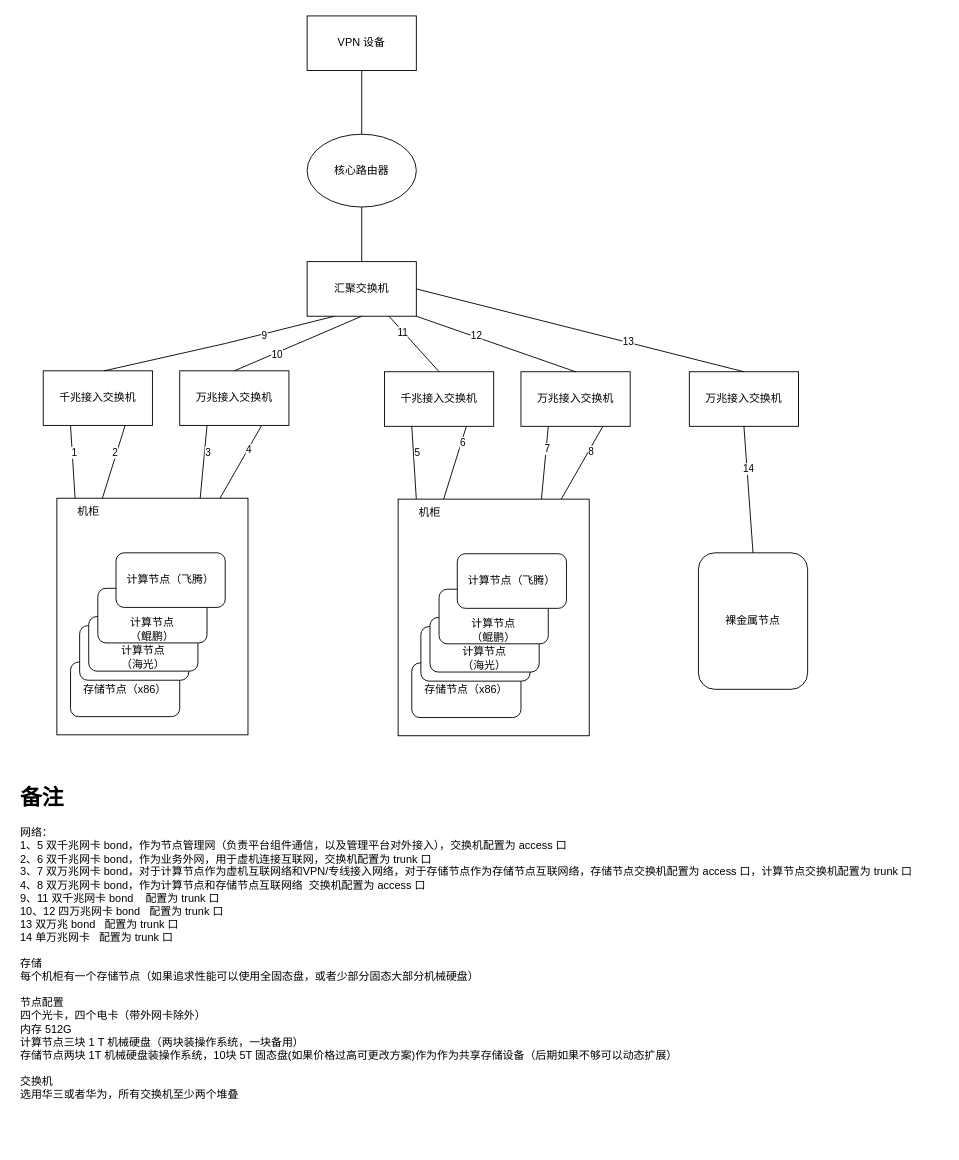
Earlier version of the draw.io diagram Untitled Diagram.drawio (jeffyjf/drawio). Source tidied: cells renumbered, new cells numbered last; positions are measured from the earlier drawing's top-left corner, leaving out a move shared by most shapes. Both pictures are drawn from the tidied source at 91%, with x=0, y=0 at pixel (15, 15).
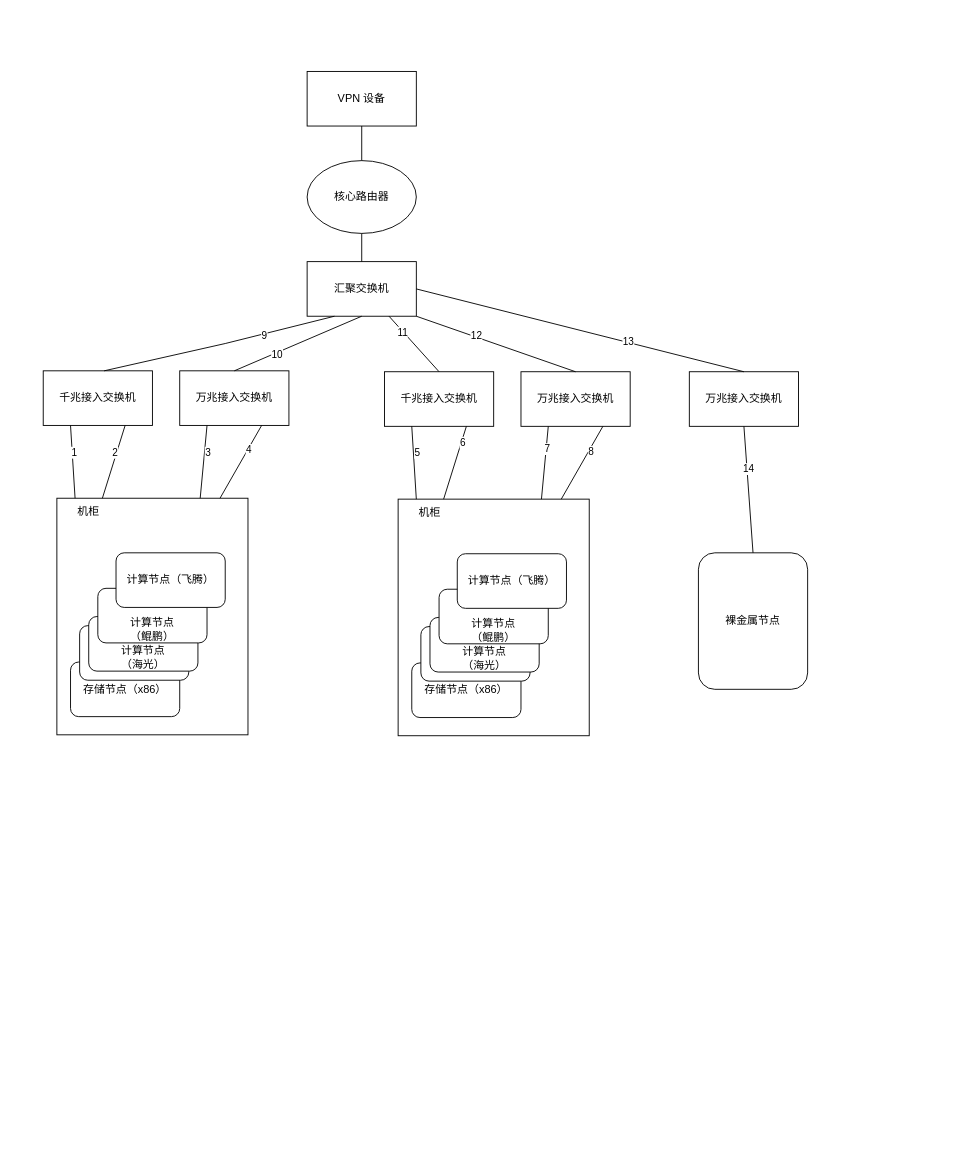
The same diagram, later.

Change to the diagram source:
```diff
@@
     <mxCell id="14" value="核心路由器" style="ellipse;whiteSpace=wrap;html=1;" parent="1" vertex="1">
-      <mxGeometry x="320" y="130" width="120" height="80" as="geometry" />
+      <mxGeometry x="320" y="159" width="120" height="80" as="geometry" />
     </mxCell>
     <mxCell id="15" value="VPN 设备" style="rounded=0;whiteSpace=wrap;html=1;" parent="1" vertex="1">
-      <mxGeometry x="320" width="120" height="60" as="geometry" />
+      <mxGeometry x="320" y="61" width="120" height="60" as="geometry" />
     </mxCell>
@@
-    <mxCell id="53" value="&lt;h1&gt;&lt;span style=&quot;background-color: initial;&quot;&gt;备注&lt;/span&gt;&lt;br&gt;&lt;/h1&gt;&lt;div&gt;网络：&lt;/div&gt;&lt;div&gt;1、5 双千兆网卡 bond，作为节点管理网（负责平台组件通信，以及管理平台对外接入），交换机配置为 access 口&lt;/div&gt;&lt;div&gt;2、6 双千兆网卡 bond，作为业务外网，用于虚机连接互联网，交换机配置为 trunk 口&lt;/div&gt;&lt;div&gt;3、7 双万兆网卡 bond，对于计算节点作为虚机互联网络和VPN/专线接入网络，对于存储节点作为存储节点互联网络，存储节点交换机配置为 access 口，计算节点交换机配置为 trunk 口&lt;/div&gt;&lt;div&gt;4、8 双万兆网卡 bond，作为计算节点和存储节点互联网络&amp;nbsp; 交换机配置为 access 口&lt;/div&gt;&lt;div&gt;9、11 双千兆网卡 bond&amp;nbsp; &amp;nbsp; 配置为 trunk 口&lt;/div&gt;&lt;div&gt;10、12 四万兆网卡 bond&amp;nbsp; &amp;nbsp;配置为 trunk 口&lt;/div&gt;&lt;div&gt;13 双万兆 bond&amp;nbsp; &amp;nbsp;配置为 trunk 口&lt;/div&gt;&lt;div&gt;14 单万兆网卡&amp;nbsp; &amp;nbsp;配置为 trunk 口&lt;/div&gt;&lt;div&gt;&lt;br&gt;&lt;/div&gt;&lt;div&gt;存储&lt;/div&gt;&lt;div&gt;每个机柜有一个存储节点（如果追求性能可以使用全固态盘，或者少部分固态大部分机械硬盘）&lt;/div&gt;&lt;div&gt;&lt;br&gt;&lt;/div&gt;&lt;div&gt;节点配置&lt;/div&gt;&lt;div&gt;四个光卡，四个电卡（带外网卡除外）&lt;/div&gt;&lt;div&gt;内存 512G&lt;/div&gt;&lt;div&gt;计算节点三块 1 T 机械硬盘（两块装操作系统，一块备用）&lt;/div&gt;&lt;div&gt;存储节点两块 1T 机械硬盘装操作系统，10块 5T 固态盘(如果价格过高可更改方案)作为作为共享存储设备（后期如果不够可以动态扩展）&lt;/div&gt;&lt;div&gt;&lt;br&gt;&lt;/div&gt;&lt;div&gt;交换机&lt;/div&gt;&lt;div&gt;选用华三或者华为，所有交换机至少两个堆叠&lt;/div&gt;&lt;div&gt;&lt;br&gt;&lt;/div&gt;" style="text;html=1;strokeColor=none;fillColor=none;spacing=5;spacingTop=-20;whiteSpace=wrap;overflow=hidden;rounded=0;" parent="1" vertex="1">
-      <mxGeometry y="840" width="1020" height="400" as="geometry" />
-    </mxCell>
```
